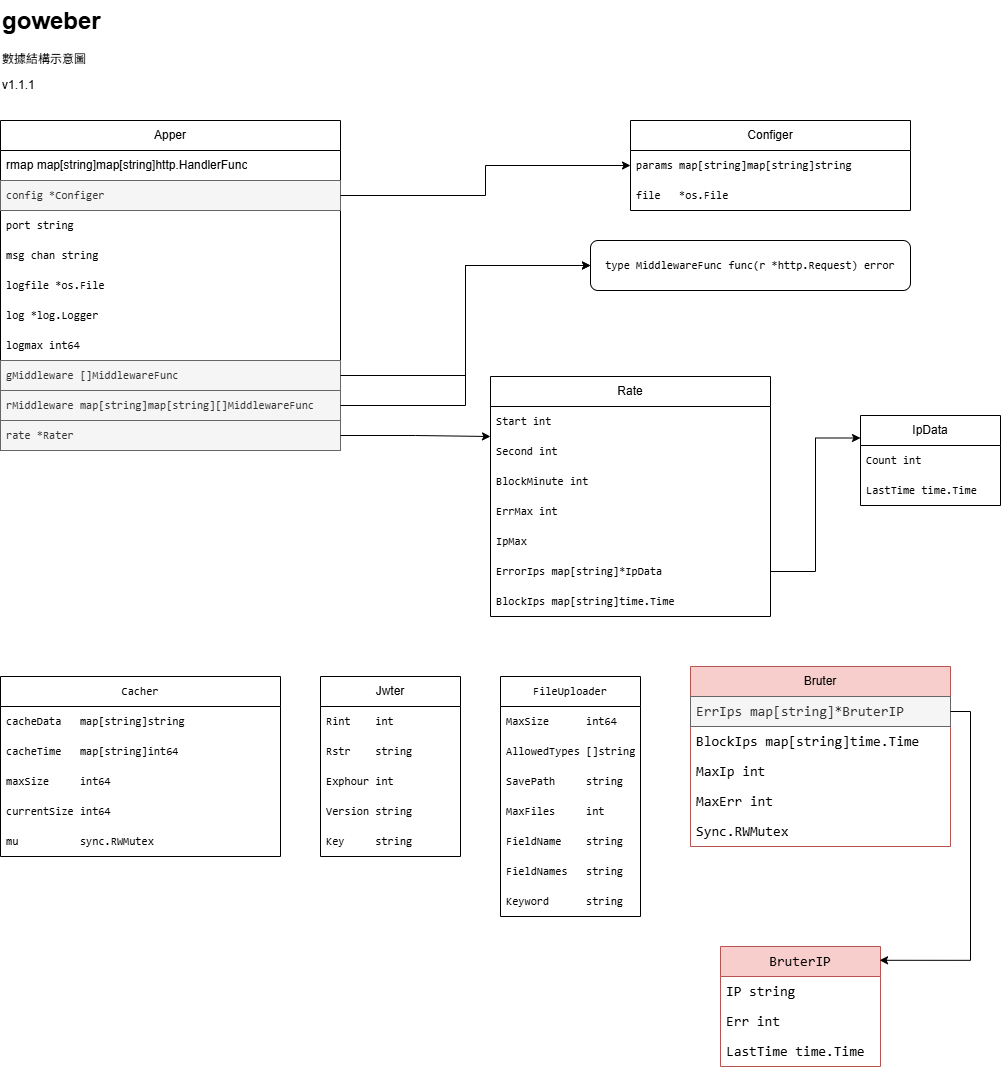
This is docs/structs.drawio.png from sonkwl/goweber, a draw.io export, as it was before one commit. Source tidied: cells renumbered, new cells last; positions are measured from the earlier drawing's top-left corner, leaving out a move shared by most shapes.
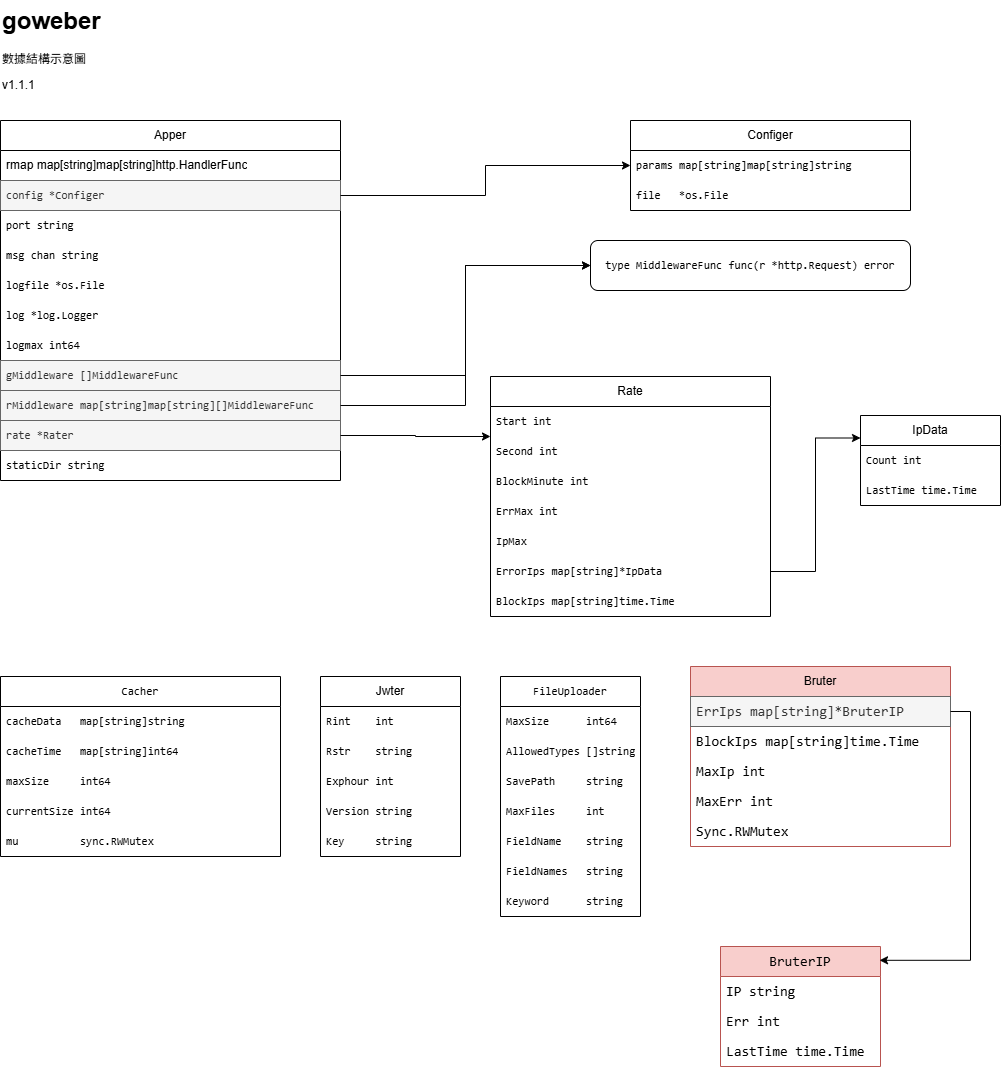
The same diagram one commit later.

What changed in the source:
```diff
@@ -6,7 +6,7 @@
       <mxGeometry width="180" height="120" as="geometry" />
     </mxCell>
     <mxCell id="3" value="Apper" style="swimlane;fontStyle=0;horizontal=1;startSize=30;whiteSpace=wrap;html=1;fontColor=default;labelBackgroundColor=none;" parent="1" vertex="1">
-      <mxGeometry y="120" width="340" height="330" as="geometry" />
+      <mxGeometry y="120" width="340" height="360" as="geometry" />
     </mxCell>
     <mxCell id="4" value="rmap map[string]map[string]http.HandlerFunc" style="text;strokeColor=none;fillColor=none;align=left;verticalAlign=middle;spacingLeft=4;spacingRight=4;overflow=hidden;whiteSpace=wrap;html=1;fontColor=default;labelBackgroundColor=none;" parent="3" vertex="1">
       <mxGeometry y="30" width="340" height="30" as="geometry" />
@@ -38,6 +38,9 @@
     <mxCell id="13" value="&lt;div style=&quot;font-family: Consolas, Consolas, &amp;quot;Courier New&amp;quot;, monospace; font-size: 11.2px; line-height: 15px; white-space: pre;&quot;&gt;rate *Rater&lt;/div&gt;" style="text;strokeColor=#666666;fillColor=#f5f5f5;align=left;verticalAlign=middle;spacingLeft=4;spacingRight=4;overflow=hidden;points=[[0,0.5],[1,0.5]];portConstraint=eastwest;whiteSpace=wrap;html=1;fontColor=#333333;labelBackgroundColor=none;" parent="3" vertex="1">
       <mxGeometry y="300" width="340" height="30" as="geometry" />
     </mxCell>
+    <mxCell id="65" value="&lt;div style=&quot;font-family: Consolas, Consolas, &amp;quot;Courier New&amp;quot;, monospace; font-size: 11.2px; line-height: 15px; white-space: pre;&quot;&gt;staticDir string&lt;/div&gt;" style="text;strokeColor=none;fillColor=none;align=left;verticalAlign=middle;spacingLeft=4;spacingRight=4;overflow=hidden;whiteSpace=wrap;html=1;fontColor=default;labelBackgroundColor=none;" parent="3" vertex="1">
+      <mxGeometry y="330" width="340" height="30" as="geometry" />
+    </mxCell>
     <mxCell id="14" value="Configer" style="swimlane;fontStyle=0;horizontal=1;startSize=30;whiteSpace=wrap;html=1;fontColor=default;labelBackgroundColor=none;" parent="1" vertex="1">
       <mxGeometry x="630" y="120" width="280" height="90" as="geometry" />
     </mxCell>
```
